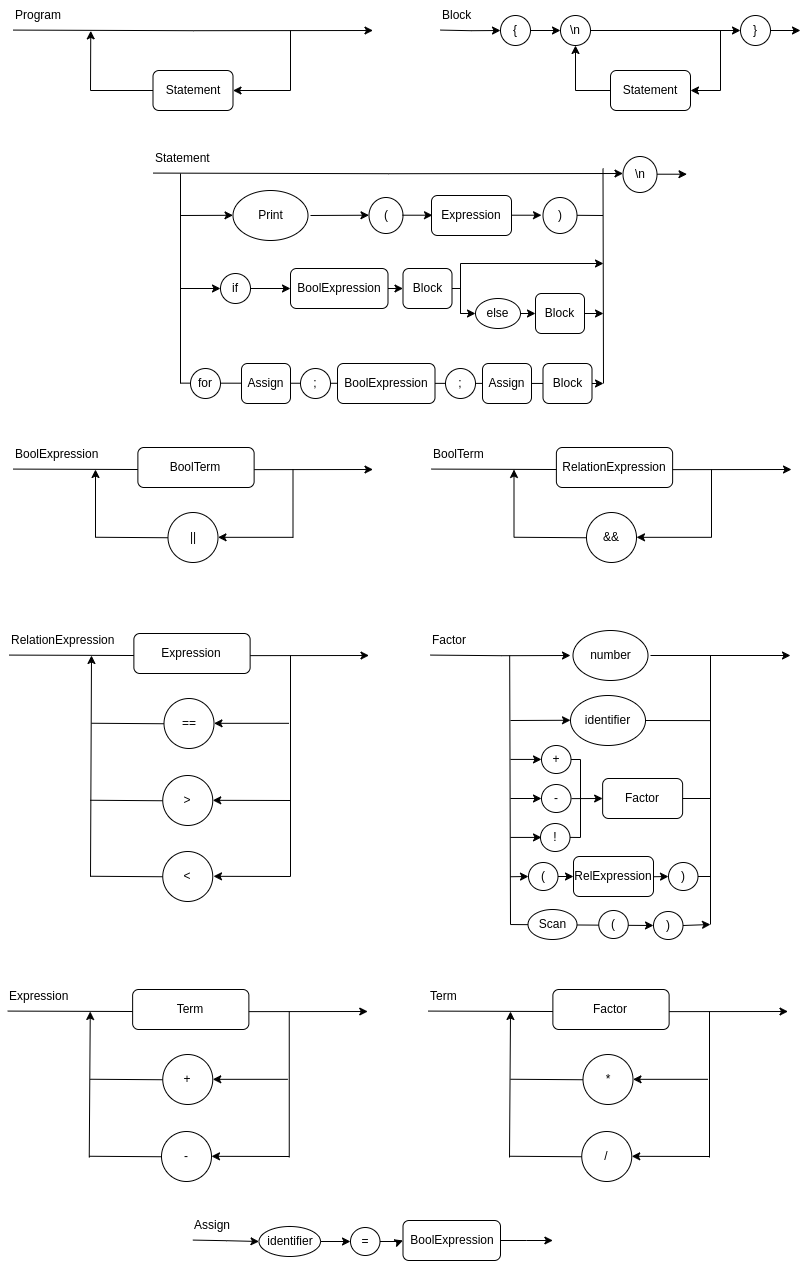
gabrielonishi/go-compiler keeps this draw.io diagram as diagrama6.drawio.png. Above is the earlier version. Source tidied: cells renumbered, new cells last; positions are measured from the earlier drawing's top-left corner, leaving out a move shared by most shapes.
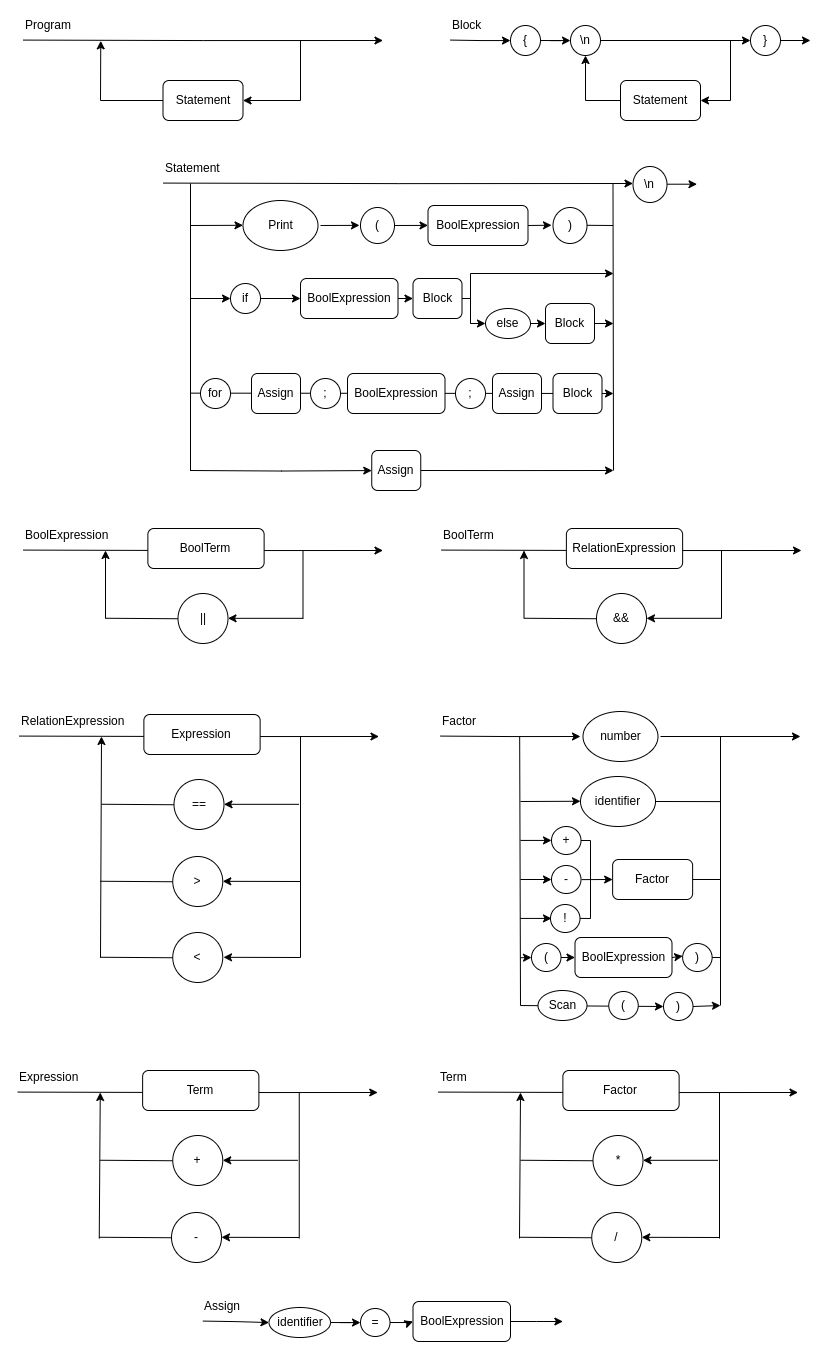
The same diagram one commit later.

Commit message:
Atualiza diagrama

Change to the diagram source:
```diff
@@ -16,4 +16,4 @@
       <mxGeometry relative="1" as="geometry">
-        <mxPoint x="173" y="382.6" as="sourcePoint" />
-        <mxPoint x="596" y="383" as="targetPoint" />
+        <mxPoint x="173" y="311.6" as="sourcePoint" />
+        <mxPoint x="596" y="312" as="targetPoint" />
       </mxGeometry>
@@ -22,3 +22,3 @@
       <mxGeometry relative="1" as="geometry">
-        <mxPoint x="283" y="90" as="sourcePoint" />
+        <mxPoint x="283" y="19" as="sourcePoint" />
       </mxGeometry>
@@ -27,4 +27,4 @@
       <mxGeometry relative="1" as="geometry">
-        <mxPoint x="283" y="90" as="sourcePoint" />
-        <mxPoint x="283" y="30" as="targetPoint" />
+        <mxPoint x="283" y="19" as="sourcePoint" />
+        <mxPoint x="283" y="-41" as="targetPoint" />
       </mxGeometry>
@@ -33,3 +33,3 @@
       <mxGeometry relative="1" as="geometry">
-        <mxPoint x="83" y="90" as="sourcePoint" />
+        <mxPoint x="83" y="19" as="sourcePoint" />
       </mxGeometry>
@@ -38,4 +38,4 @@
       <mxGeometry relative="1" as="geometry">
-        <mxPoint x="5.5" y="29.6" as="sourcePoint" />
-        <mxPoint x="365.5" y="30" as="targetPoint" />
+        <mxPoint x="5.5" y="-41.4" as="sourcePoint" />
+        <mxPoint x="365.5" y="-41" as="targetPoint" />
       </mxGeometry>
@@ -43,3 +43,3 @@
     <mxCell id="9" value="Program" style="text;html=1;strokeColor=none;fillColor=none;align=left;verticalAlign=middle;whiteSpace=wrap;rounded=0;" parent="1" vertex="1">
-      <mxGeometry x="5.5" width="90" height="30" as="geometry" />
+      <mxGeometry x="5.5" y="-71" width="90" height="30" as="geometry" />
     </mxCell>
@@ -47,3 +47,3 @@
       <mxGeometry relative="1" as="geometry">
-        <mxPoint x="83" y="90" as="targetPoint" />
+        <mxPoint x="83" y="19" as="targetPoint" />
       </mxGeometry>
@@ -51,3 +51,3 @@
     <mxCell id="11" value="Statement" style="rounded=1;whiteSpace=wrap;html=1;" parent="1" vertex="1">
-      <mxGeometry x="145.5" y="70" width="80" height="40" as="geometry" />
+      <mxGeometry x="145.5" y="-1" width="80" height="40" as="geometry" />
     </mxCell>
@@ -55,4 +55,4 @@
       <mxGeometry relative="1" as="geometry">
-        <mxPoint x="173" y="383" as="sourcePoint" />
-        <mxPoint x="173" y="173" as="targetPoint" />
+        <mxPoint x="173" y="389" as="sourcePoint" />
+        <mxPoint x="173" y="102" as="targetPoint" />
       </mxGeometry>
@@ -61,4 +61,4 @@
       <mxGeometry relative="1" as="geometry">
-        <mxPoint x="145.5" y="172.6" as="sourcePoint" />
-        <mxPoint x="615.5" y="173" as="targetPoint" />
+        <mxPoint x="145.5" y="101.6" as="sourcePoint" />
+        <mxPoint x="615.5" y="102" as="targetPoint" />
       </mxGeometry>
@@ -66,3 +66,3 @@
     <mxCell id="14" value="Statement" style="text;html=1;strokeColor=none;fillColor=none;align=left;verticalAlign=middle;whiteSpace=wrap;rounded=0;" parent="1" vertex="1">
-      <mxGeometry x="145.5" y="143" width="90" height="30" as="geometry" />
+      <mxGeometry x="145.5" y="72" width="90" height="30" as="geometry" />
     </mxCell>
@@ -70,6 +70,6 @@
       <mxGeometry relative="1" as="geometry">
-        <mxPoint x="173" y="215" as="sourcePoint" />
-        <mxPoint x="225.5" y="214.8" as="targetPoint" />
+        <mxPoint x="173" y="144" as="sourcePoint" />
+        <mxPoint x="225.5" y="143.8" as="targetPoint" />
         <Array as="points">
-          <mxPoint x="225.5" y="214.8" />
+          <mxPoint x="225.5" y="143.8" />
         </Array>
@@ -78,3 +78,3 @@
     <mxCell id="16" value="Print" style="ellipse;whiteSpace=wrap;html=1;" parent="1" vertex="1">
-      <mxGeometry x="225.5" y="190" width="75" height="50" as="geometry" />
+      <mxGeometry x="225.5" y="119" width="75" height="50" as="geometry" />
     </mxCell>
@@ -82,6 +82,6 @@
       <mxGeometry relative="1" as="geometry">
-        <mxPoint x="303" y="215" as="sourcePoint" />
-        <mxPoint x="361.5" y="214.7" as="targetPoint" />
+        <mxPoint x="303" y="144" as="sourcePoint" />
+        <mxPoint x="343" y="143.9" as="targetPoint" />
         <Array as="points">
-          <mxPoint x="361.5" y="214.7" />
+          <mxPoint x="342" y="143.9" />
         </Array>
@@ -90,13 +90,12 @@
     <mxCell id="18" value="(" style="ellipse;whiteSpace=wrap;html=1;" parent="1" vertex="1">
-      <mxGeometry x="361.5" y="197" width="34" height="36" as="geometry" />
+      <mxGeometry x="343" y="126" width="34" height="36" as="geometry" />
     </mxCell>
-    <mxCell id="19" value="Expression" style="rounded=1;whiteSpace=wrap;html=1;" parent="1" vertex="1">
-      <mxGeometry x="424" y="195" width="80" height="40" as="geometry" />
+    <mxCell id="19" value="BoolExpression" style="rounded=1;whiteSpace=wrap;html=1;" parent="1" vertex="1">
+      <mxGeometry x="410.5" y="124" width="100" height="40" as="geometry" />
     </mxCell>
-    <mxCell id="20" style="endArrow=classic;html=1;rounded=0;" parent="1" edge="1">
+    <mxCell id="20" style="endArrow=classic;html=1;rounded=0;exitX=1;exitY=0.5;exitDx=0;exitDy=0;" parent="1" edge="1" source="18">
       <mxGeometry relative="1" as="geometry">
-        <mxPoint x="395" y="214.7" as="sourcePoint" />
-        <mxPoint x="425" y="214.7" as="targetPoint" />
+        <mxPoint x="410.5" y="143.9" as="targetPoint" />
         <Array as="points">
-          <mxPoint x="425" y="214.7" />
+          <mxPoint x="410.5" y="143.9" />
         </Array>
@@ -104,8 +103,7 @@
     </mxCell>
-    <mxCell id="21" style="endArrow=classic;html=1;rounded=0;" parent="1" edge="1">
+    <mxCell id="21" style="endArrow=classic;html=1;rounded=0;exitX=1;exitY=0.5;exitDx=0;exitDy=0;" parent="1" edge="1" source="19">
       <mxGeometry relative="1" as="geometry">
-        <mxPoint x="504" y="214.7" as="sourcePoint" />
-        <mxPoint x="534" y="214.7" as="targetPoint" />
+        <mxPoint x="534" y="143.7" as="targetPoint" />
         <Array as="points">
-          <mxPoint x="534" y="214.7" />
+          <mxPoint x="534" y="143.7" />
         </Array>
@@ -114,3 +112,3 @@
     <mxCell id="22" value=")" style="ellipse;whiteSpace=wrap;html=1;" parent="1" vertex="1">
-      <mxGeometry x="535.5" y="197" width="34" height="36" as="geometry" />
+      <mxGeometry x="535.5" y="126" width="34" height="36" as="geometry" />
     </mxCell>
@@ -118,4 +116,4 @@
       <mxGeometry relative="1" as="geometry">
-        <mxPoint x="595.5" y="215" as="sourcePoint" />
-        <mxPoint x="569.5" y="214.8" as="targetPoint" />
+        <mxPoint x="595.5" y="144" as="sourcePoint" />
+        <mxPoint x="569.5" y="143.8" as="targetPoint" />
       </mxGeometry>
@@ -124,4 +122,4 @@
       <mxGeometry relative="1" as="geometry">
-        <mxPoint x="596" y="383" as="sourcePoint" />
-        <mxPoint x="595.5" y="168" as="targetPoint" />
+        <mxPoint x="596" y="389" as="sourcePoint" />
+        <mxPoint x="595.5" y="102" as="targetPoint" />
       </mxGeometry>
@@ -129,3 +127,3 @@
     <mxCell id="25" value="\n" style="ellipse;whiteSpace=wrap;html=1;" parent="1" vertex="1">
-      <mxGeometry x="615.5" y="156" width="34" height="36" as="geometry" />
+      <mxGeometry x="615.5" y="85" width="34" height="36" as="geometry" />
     </mxCell>
@@ -133,6 +131,6 @@
       <mxGeometry relative="1" as="geometry">
-        <mxPoint x="649.5" y="173.7" as="sourcePoint" />
-        <mxPoint x="679.5" y="173.7" as="targetPoint" />
+        <mxPoint x="649.5" y="102.7" as="sourcePoint" />
+        <mxPoint x="679.5" y="102.7" as="targetPoint" />
         <Array as="points">
-          <mxPoint x="679.5" y="173.7" />
+          <mxPoint x="679.5" y="102.7" />
         </Array>
@@ -142,4 +140,4 @@
       <mxGeometry relative="1" as="geometry">
-        <mxPoint x="713" y="90" as="sourcePoint" />
-        <mxPoint x="713" y="30" as="targetPoint" />
+        <mxPoint x="713" y="19" as="sourcePoint" />
+        <mxPoint x="713" y="-41" as="targetPoint" />
       </mxGeometry>
@@ -148,3 +146,3 @@
       <mxGeometry relative="1" as="geometry">
-        <mxPoint x="568" y="90" as="sourcePoint" />
+        <mxPoint x="568" y="19" as="sourcePoint" />
       </mxGeometry>
@@ -153,3 +151,3 @@
       <mxGeometry relative="1" as="geometry">
-        <mxPoint x="793" y="30" as="targetPoint" />
+        <mxPoint x="793" y="-41" as="targetPoint" />
       </mxGeometry>
@@ -157,3 +155,3 @@
     <mxCell id="30" value="Block" style="text;html=1;strokeColor=none;fillColor=none;align=left;verticalAlign=middle;whiteSpace=wrap;rounded=0;" parent="1" vertex="1">
-      <mxGeometry x="433" width="90" height="30" as="geometry" />
+      <mxGeometry x="433" y="-71" width="90" height="30" as="geometry" />
     </mxCell>
@@ -161,3 +159,3 @@
       <mxGeometry relative="1" as="geometry">
-        <mxPoint x="568" y="90" as="targetPoint" />
+        <mxPoint x="568" y="19" as="targetPoint" />
       </mxGeometry>
@@ -166,3 +164,3 @@
       <mxGeometry relative="1" as="geometry">
-        <mxPoint x="433" y="29.6" as="sourcePoint" />
+        <mxPoint x="433" y="-41.4" as="sourcePoint" />
       </mxGeometry>
@@ -170,3 +168,3 @@
     <mxCell id="33" value="{" style="ellipse;whiteSpace=wrap;html=1;" parent="1" vertex="1">
-      <mxGeometry x="493" y="15" width="30" height="30" as="geometry" />
+      <mxGeometry x="493" y="-56" width="30" height="30" as="geometry" />
     </mxCell>
@@ -176,3 +174,3 @@
     <mxCell id="35" value="\n" style="ellipse;whiteSpace=wrap;html=1;" parent="1" vertex="1">
-      <mxGeometry x="553" y="15" width="30" height="30" as="geometry" />
+      <mxGeometry x="553" y="-56" width="30" height="30" as="geometry" />
     </mxCell>
@@ -182,3 +180,3 @@
     <mxCell id="37" value="}" style="ellipse;whiteSpace=wrap;html=1;" parent="1" vertex="1">
-      <mxGeometry x="733" y="15" width="30" height="30" as="geometry" />
+      <mxGeometry x="733" y="-56" width="30" height="30" as="geometry" />
     </mxCell>
@@ -186,3 +184,3 @@
       <mxGeometry relative="1" as="geometry">
-        <mxPoint x="713" y="90" as="sourcePoint" />
+        <mxPoint x="713" y="19" as="sourcePoint" />
       </mxGeometry>
@@ -190,12 +188,12 @@
     <mxCell id="39" value="Statement" style="rounded=1;whiteSpace=wrap;html=1;" parent="1" vertex="1">
-      <mxGeometry x="603" y="70" width="80" height="40" as="geometry" />
+      <mxGeometry x="603" y="-1" width="80" height="40" as="geometry" />
     </mxCell>
     <mxCell id="40" value="if" style="ellipse;whiteSpace=wrap;html=1;" parent="1" vertex="1">
-      <mxGeometry x="213" y="273" width="30" height="30" as="geometry" />
+      <mxGeometry x="213" y="202" width="30" height="30" as="geometry" />
     </mxCell>
     <mxCell id="41" value="Block" style="rounded=1;whiteSpace=wrap;html=1;" parent="1" vertex="1">
-      <mxGeometry x="395.5" y="268" width="49" height="40" as="geometry" />
+      <mxGeometry x="395.5" y="197" width="49" height="40" as="geometry" />
     </mxCell>
     <mxCell id="42" value="Block" style="rounded=1;whiteSpace=wrap;html=1;" parent="1" vertex="1">
-      <mxGeometry x="528" y="293" width="49" height="40" as="geometry" />
+      <mxGeometry x="528" y="222" width="49" height="40" as="geometry" />
     </mxCell>
@@ -203,3 +201,3 @@
       <mxGeometry relative="1" as="geometry">
-        <mxPoint x="173" y="288" as="sourcePoint" />
+        <mxPoint x="173" y="217" as="sourcePoint" />
       </mxGeometry>
@@ -213,3 +211,3 @@
     <mxCell id="46" value="BoolExpression" style="rounded=1;whiteSpace=wrap;html=1;" parent="1" vertex="1">
-      <mxGeometry x="283" y="268" width="97.5" height="40" as="geometry" />
+      <mxGeometry x="283" y="197" width="97.5" height="40" as="geometry" />
     </mxCell>
@@ -217,3 +215,3 @@
       <mxGeometry relative="1" as="geometry">
-        <mxPoint x="453" y="288" as="targetPoint" />
+        <mxPoint x="453" y="217" as="targetPoint" />
       </mxGeometry>
@@ -222,6 +220,6 @@
       <mxGeometry relative="1" as="geometry">
-        <mxPoint x="453" y="263" as="sourcePoint" />
-        <mxPoint x="453" y="308" as="targetPoint" />
+        <mxPoint x="453" y="192" as="sourcePoint" />
+        <mxPoint x="453" y="237" as="targetPoint" />
         <Array as="points">
-          <mxPoint x="453" y="313" />
+          <mxPoint x="453" y="242" />
         </Array>
@@ -234,3 +232,3 @@
       <mxGeometry relative="1" as="geometry">
-        <mxPoint x="453" y="313" as="sourcePoint" />
+        <mxPoint x="453" y="242" as="sourcePoint" />
       </mxGeometry>
@@ -238,3 +236,3 @@
     <mxCell id="51" value="else" style="ellipse;whiteSpace=wrap;html=1;" parent="1" vertex="1">
-      <mxGeometry x="468" y="298" width="45" height="30" as="geometry" />
+      <mxGeometry x="468" y="227" width="45" height="30" as="geometry" />
     </mxCell>
@@ -242,4 +240,4 @@
       <mxGeometry relative="1" as="geometry">
-        <mxPoint x="453" y="263" as="sourcePoint" />
-        <mxPoint x="596" y="263" as="targetPoint" />
+        <mxPoint x="453" y="192" as="sourcePoint" />
+        <mxPoint x="596" y="192" as="targetPoint" />
       </mxGeometry>
@@ -248,3 +246,3 @@
       <mxGeometry relative="1" as="geometry">
-        <mxPoint x="596" y="313" as="targetPoint" />
+        <mxPoint x="596" y="242" as="targetPoint" />
       </mxGeometry>
@@ -252,21 +250,21 @@
     <mxCell id="54" value="for" style="ellipse;whiteSpace=wrap;html=1;" parent="1" vertex="1">
-      <mxGeometry x="183" y="368" width="30" height="30" as="geometry" />
+      <mxGeometry x="183" y="297" width="30" height="30" as="geometry" />
     </mxCell>
     <mxCell id="55" value="Assign" style="rounded=1;whiteSpace=wrap;html=1;" parent="1" vertex="1">
-      <mxGeometry x="234" y="363" width="49" height="40" as="geometry" />
+      <mxGeometry x="234" y="292" width="49" height="40" as="geometry" />
     </mxCell>
     <mxCell id="56" value=";" style="ellipse;whiteSpace=wrap;html=1;" parent="1" vertex="1">
-      <mxGeometry x="293" y="368" width="30" height="30" as="geometry" />
+      <mxGeometry x="293" y="297" width="30" height="30" as="geometry" />
     </mxCell>
     <mxCell id="57" value="BoolExpression" style="rounded=1;whiteSpace=wrap;html=1;" parent="1" vertex="1">
-      <mxGeometry x="330" y="363" width="97.5" height="40" as="geometry" />
+      <mxGeometry x="330" y="292" width="97.5" height="40" as="geometry" />
     </mxCell>
     <mxCell id="58" value=";" style="ellipse;whiteSpace=wrap;html=1;" parent="1" vertex="1">
-      <mxGeometry x="438" y="368" width="30" height="30" as="geometry" />
+      <mxGeometry x="438" y="297" width="30" height="30" as="geometry" />
     </mxCell>
     <mxCell id="59" value="Assign" style="rounded=1;whiteSpace=wrap;html=1;" parent="1" vertex="1">
-      <mxGeometry x="475" y="363" width="49" height="40" as="geometry" />
+      <mxGeometry x="475" y="292" width="49" height="40" as="geometry" />
     </mxCell>
     <mxCell id="60" value="Block" style="rounded=1;whiteSpace=wrap;html=1;" parent="1" vertex="1">
-      <mxGeometry x="535.5" y="363" width="49" height="40" as="geometry" />
+      <mxGeometry x="535.5" y="292" width="49" height="40" as="geometry" />
     </mxCell>
@@ -414,7 +412,2 @@
     </mxCell>
-    <mxCell id="91" style="endArrow=classic;html=1;rounded=0;" parent="1" edge="1" source="95">
-      <mxGeometry relative="1" as="geometry">
-        <mxPoint x="536" y="876" as="targetPoint" />
-      </mxGeometry>
-    </mxCell>
     <mxCell id="92" style="endArrow=classic;html=1;rounded=0;" parent="1" edge="1">
@@ -425,4 +418,4 @@
     </mxCell>
-    <mxCell id="93" value="RelExpression" style="rounded=1;whiteSpace=wrap;html=1;" parent="1" vertex="1">
-      <mxGeometry x="566" y="856" width="80" height="40" as="geometry" />
+    <mxCell id="93" value="BoolExpression" style="rounded=1;whiteSpace=wrap;html=1;" parent="1" vertex="1">
+      <mxGeometry x="557.5" y="856" width="97" height="40" as="geometry" />
     </mxCell>
@@ -434,3 +427,3 @@
     <mxCell id="95" value="(" style="ellipse;whiteSpace=wrap;html=1;" parent="1" vertex="1">
-      <mxGeometry x="521" y="862" width="29.5" height="28" as="geometry" />
+      <mxGeometry x="514" y="862" width="29.5" height="28" as="geometry" />
     </mxCell>
@@ -439,9 +432,7 @@
     </mxCell>
-    <mxCell id="97" style="endArrow=classic;html=1;rounded=0;" parent="1" edge="1" target="98">
-      <mxGeometry relative="1" as="geometry">
-        <mxPoint x="646" y="876.2" as="sourcePoint" />
-      </mxGeometry>
+    <mxCell id="97" style="endArrow=classic;html=1;rounded=0;exitX=1;exitY=0.5;exitDx=0;exitDy=0;" parent="1" edge="1" source="93" target="98">
+      <mxGeometry relative="1" as="geometry" />
     </mxCell>
     <mxCell id="98" value=")" style="ellipse;whiteSpace=wrap;html=1;" parent="1" vertex="1">
-      <mxGeometry x="661" y="862" width="29.5" height="28" as="geometry" />
+      <mxGeometry x="665.1" y="862" width="29.5" height="28" as="geometry" />
     </mxCell>
@@ -702,2 +693,15 @@
     </mxCell>
+    <mxCell id="154" style="edgeStyle=orthogonalEdgeStyle;rounded=0;jettySize=auto;html=1;exitX=1;exitY=0.5;exitDx=0;exitDy=0;" parent="1" edge="1" source="156">
+      <mxGeometry relative="1" as="geometry">
+        <mxPoint x="596" y="389" as="targetPoint" />
+      </mxGeometry>
+    </mxCell>
+    <mxCell id="155" style="edgeStyle=orthogonalEdgeStyle;rounded=0;jettySize=auto;html=1;exitX=1;exitY=0.5;exitDx=0;exitDy=0;" parent="1" edge="1" target="156">
+      <mxGeometry relative="1" as="geometry">
+        <mxPoint x="172.5" y="389" as="sourcePoint" />
+      </mxGeometry>
+    </mxCell>
+    <mxCell id="156" value="Assign" style="rounded=1;whiteSpace=wrap;html=1;" parent="1" vertex="1">
+      <mxGeometry x="354.2" y="369" width="49" height="40" as="geometry" />
+    </mxCell>
   </root>
```
